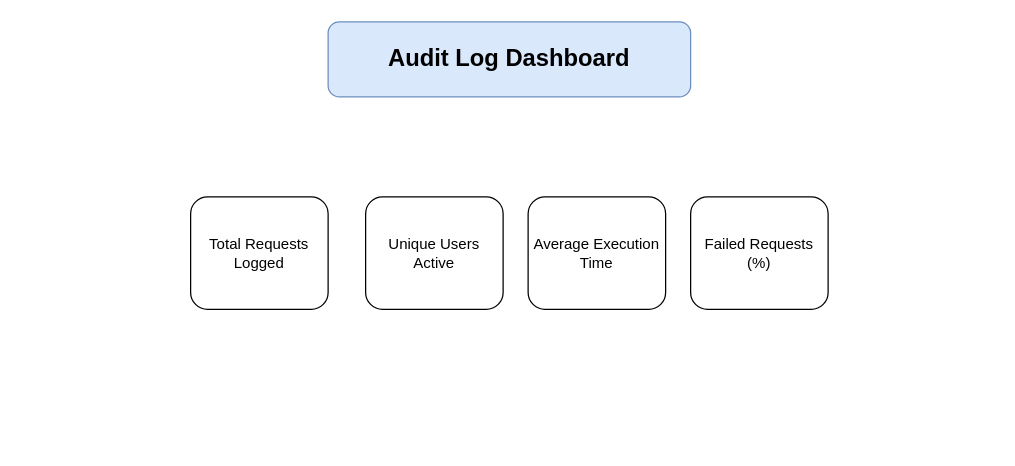
Before: auditLog.drawio in vaskardas123/heart-beat-design, a draw.io diagram. Source tidied: cells renumbered, new cells numbered last; positions are measured from the earlier drawing's top-left corner, leaving out a move shared by most shapes. Both pictures are drawn from the tidied source at 125%, with x=0, y=0 at pixel (190, 21).
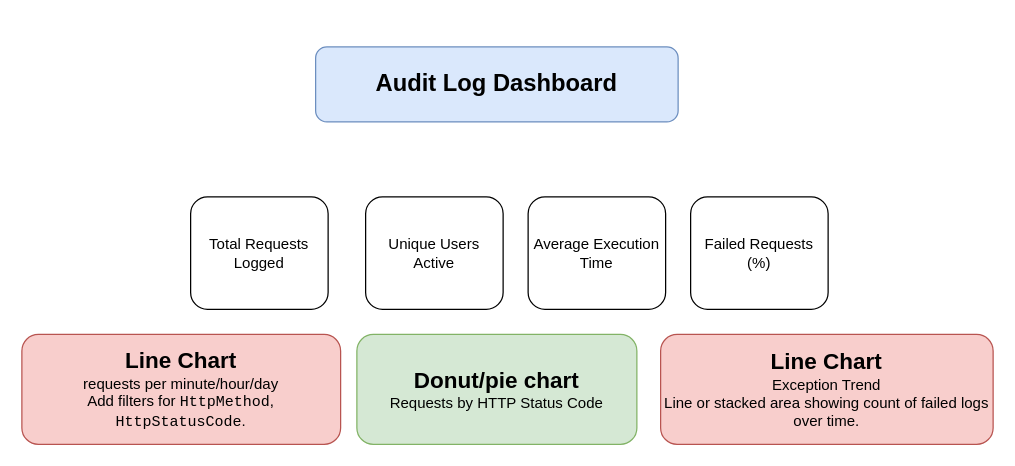
After the change.

Change to the diagram source:
```diff
@@
 <mxGraphModel>
   <root>
     <mxCell id="0" />
     <mxCell id="1" parent="0" />
     <mxCell id="2" value="Total Requests Logged" style="rounded=1;whiteSpace=wrap;html=1;" parent="1" vertex="1">
       <mxGeometry y="140" width="110" height="90" as="geometry" />
     </mxCell>
     <mxCell id="3" value="Unique Users Active" style="rounded=1;whiteSpace=wrap;html=1;" parent="1" vertex="1">
       <mxGeometry x="140" y="140" width="110" height="90" as="geometry" />
     </mxCell>
     <mxCell id="4" value="Average Execution Time" style="rounded=1;whiteSpace=wrap;html=1;" parent="1" vertex="1">
       <mxGeometry x="270" y="140" width="110" height="90" as="geometry" />
     </mxCell>
     <mxCell id="5" value="Failed Requests (%)" style="rounded=1;whiteSpace=wrap;html=1;" parent="1" vertex="1">
       <mxGeometry x="400" y="140" width="110" height="90" as="geometry" />
     </mxCell>
     <mxCell id="6" value="&lt;font style=&quot;font-size: 19px;&quot;&gt;&lt;b&gt;Audit Log Dashboard&lt;/b&gt;&lt;/font&gt;" style="rounded=1;whiteSpace=wrap;html=1;fillColor=#dae8fc;strokeColor=#6c8ebf;" parent="1" vertex="1">
-      <mxGeometry x="110" width="290" height="60" as="geometry" />
+      <mxGeometry x="100" y="20" width="290" height="60" as="geometry" />
     </mxCell>
+    <mxCell id="7" value="&lt;b&gt;&lt;font style=&quot;font-size: 18px;&quot;&gt;Line Chart&lt;br&gt;&lt;/font&gt;&lt;/b&gt;requests per minute/hour/day&lt;br&gt;Add filters for &lt;code&gt;HttpMethod&lt;/code&gt;, &lt;code&gt;HttpStatusCode&lt;/code&gt;." style="rounded=1;whiteSpace=wrap;html=1;fillColor=#f8cecc;strokeColor=#b85450;" parent="1" vertex="1">
+      <mxGeometry x="-135" y="250" width="255" height="88" as="geometry" />
+    </mxCell>
+    <mxCell id="8" value="&lt;font style=&quot;font-size: 18px;&quot;&gt;&lt;b&gt;Donut/pie chart&lt;/b&gt;&lt;/font&gt;&lt;br&gt;Requests by HTTP Status Code" style="rounded=1;whiteSpace=wrap;html=1;fillColor=#d5e8d4;strokeColor=#82b366;" parent="1" vertex="1">
+      <mxGeometry x="133" y="250" width="224" height="88" as="geometry" />
+    </mxCell>
+    <mxCell id="9" value="&lt;b&gt;&lt;font style=&quot;font-size: 18px;&quot;&gt;Line Chart&lt;br&gt;&lt;/font&gt;&lt;/b&gt;Exception Trend&lt;br&gt;Line or stacked area showing count of failed logs over time." style="rounded=1;whiteSpace=wrap;html=1;fillColor=#f8cecc;strokeColor=#b85450;" parent="1" vertex="1">
+      <mxGeometry x="376" y="250" width="266" height="88" as="geometry" />
+    </mxCell>
   </root>
 </mxGraphModel>
```
